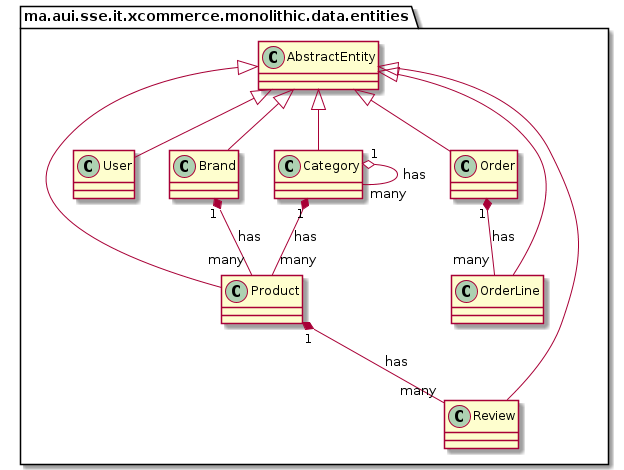
Earlier version of the PlantUML export final/design/class-diagrams/EntityClassDiagram.png (oiraqi/xcommerce-monolithic). Source of this version:
```plantuml
@startuml EntityClassDiagram
ma.aui.sse.it.xcommerce.monolithic.data.entities.AbstractEntity <|-- ma.aui.sse.it.xcommerce.monolithic.data.entities.Product
ma.aui.sse.it.xcommerce.monolithic.data.entities.AbstractEntity <|-- ma.aui.sse.it.xcommerce.monolithic.data.entities.User
ma.aui.sse.it.xcommerce.monolithic.data.entities.AbstractEntity <|-- ma.aui.sse.it.xcommerce.monolithic.data.entities.Brand
ma.aui.sse.it.xcommerce.monolithic.data.entities.AbstractEntity <|-- ma.aui.sse.it.xcommerce.monolithic.data.entities.Category
ma.aui.sse.it.xcommerce.monolithic.data.entities.AbstractEntity <|-- ma.aui.sse.it.xcommerce.monolithic.data.entities.Order
ma.aui.sse.it.xcommerce.monolithic.data.entities.AbstractEntity <|-- ma.aui.sse.it.xcommerce.monolithic.data.entities.OrderLine
ma.aui.sse.it.xcommerce.monolithic.data.entities.AbstractEntity <|-- ma.aui.sse.it.xcommerce.monolithic.data.entities.Review
ma.aui.sse.it.xcommerce.monolithic.data.entities.Brand "1" *-- "many" ma.aui.sse.it.xcommerce.monolithic.data.entities.Product : has
ma.aui.sse.it.xcommerce.monolithic.data.entities.Product "1" *-- "many" ma.aui.sse.it.xcommerce.monolithic.data.entities.Review : has
ma.aui.sse.it.xcommerce.monolithic.data.entities.Category "1" *-- "many" ma.aui.sse.it.xcommerce.monolithic.data.entities.Product : has
ma.aui.sse.it.xcommerce.monolithic.data.entities.Category "1" o-- "many" ma.aui.sse.it.xcommerce.monolithic.data.entities.Category : has
ma.aui.sse.it.xcommerce.monolithic.data.entities.Order "1" *-- "many" ma.aui.sse.it.xcommerce.monolithic.data.entities.OrderLine : has
@enduml
```
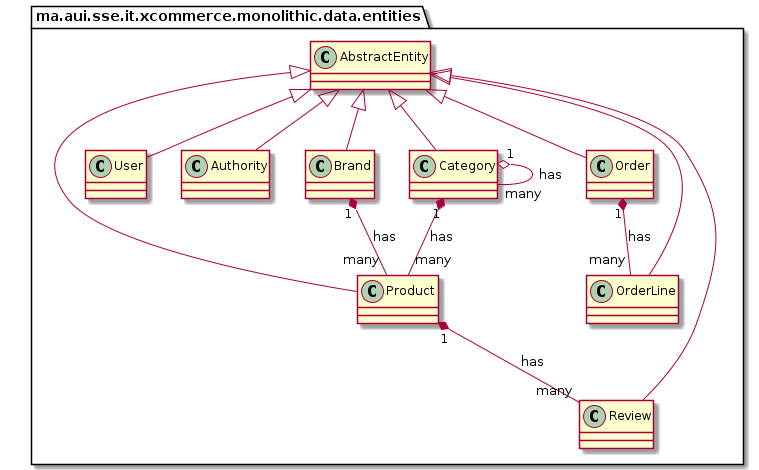
Above is the later version.

The edit, as a diff of the source:
```diff
@@ -1,6 +1,7 @@
 @startuml EntityClassDiagram
 ma.aui.sse.it.xcommerce.monolithic.data.entities.AbstractEntity <|-- ma.aui.sse.it.xcommerce.monolithic.data.entities.Product
 ma.aui.sse.it.xcommerce.monolithic.data.entities.AbstractEntity <|-- ma.aui.sse.it.xcommerce.monolithic.data.entities.User
+ma.aui.sse.it.xcommerce.monolithic.data.entities.AbstractEntity <|-- ma.aui.sse.it.xcommerce.monolithic.data.entities.Authority
 ma.aui.sse.it.xcommerce.monolithic.data.entities.AbstractEntity <|-- ma.aui.sse.it.xcommerce.monolithic.data.entities.Brand
 ma.aui.sse.it.xcommerce.monolithic.data.entities.AbstractEntity <|-- ma.aui.sse.it.xcommerce.monolithic.data.entities.Category
 ma.aui.sse.it.xcommerce.monolithic.data.entities.AbstractEntity <|-- ma.aui.sse.it.xcommerce.monolithic.data.entities.Order
```
